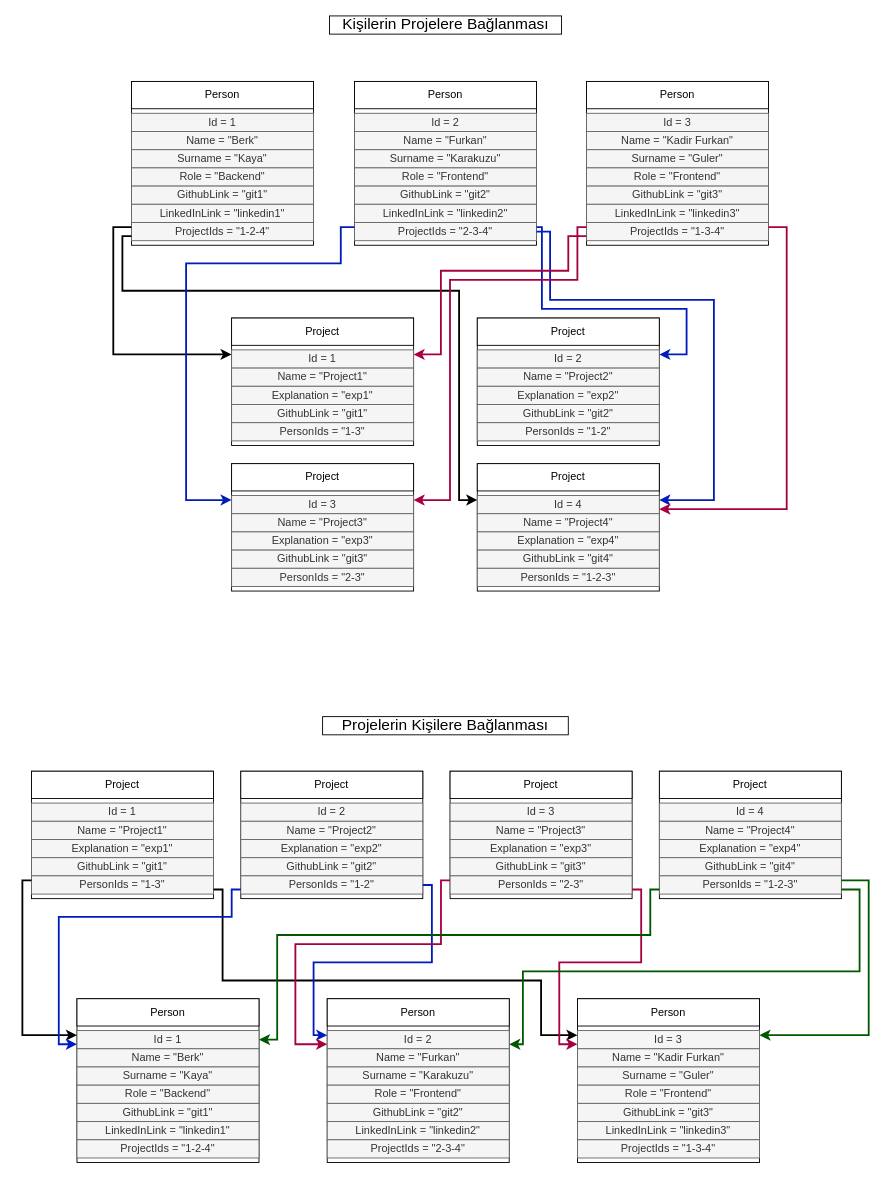
Above: Proje Database İlişkileri.drawio in zulaltasci/Crewotive-WebAPI (draw.io), before the change. Source tidied: cells renumbered, new cells numbered last; positions are measured from the earlier drawing's top-left corner, leaving out a move shared by most shapes. Both pictures are drawn from the tidied source at 91%, with x=0, y=0 at pixel (22, 15).
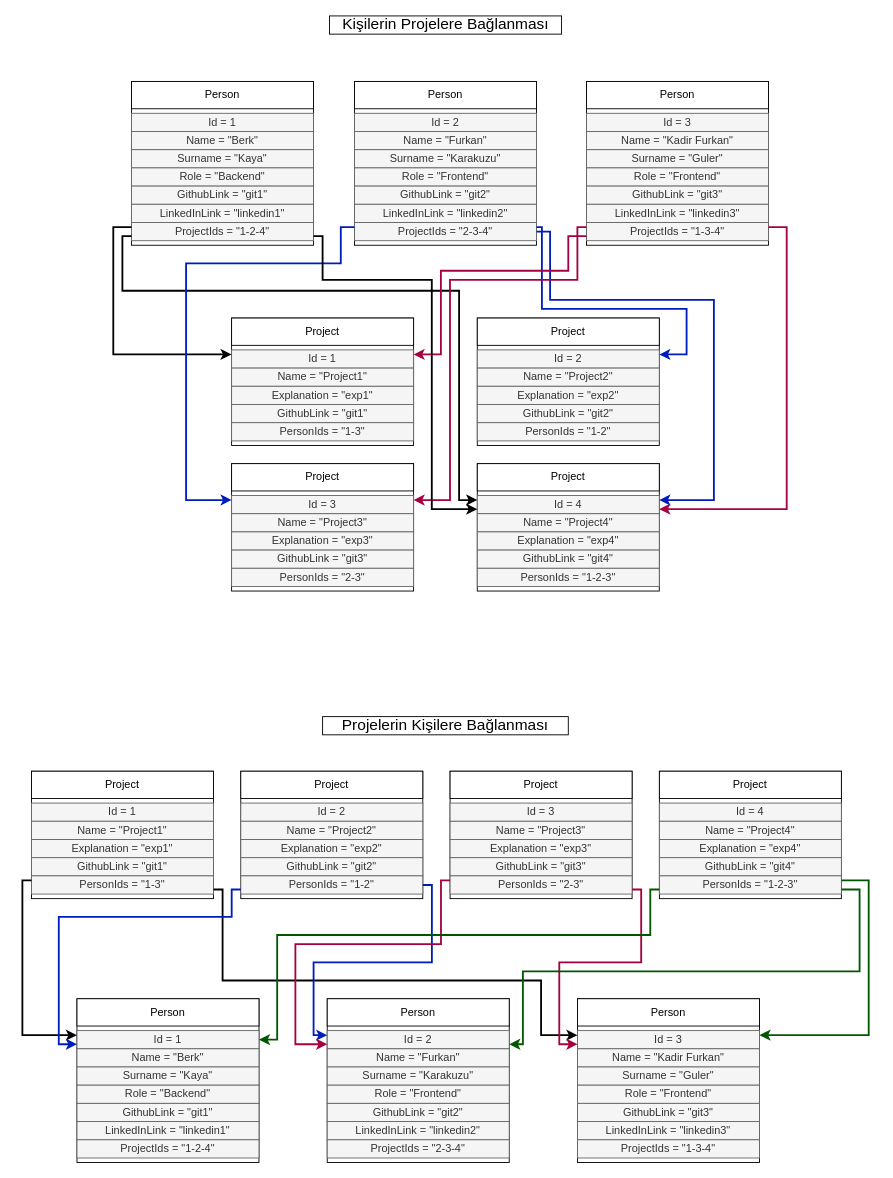
The same page after the edit.

The change refers to these unchanged cells:
```xml
<mxCell id="11" value="ProjectIds = &quot;1-2-4&quot;" style="rounded=0;whiteSpace=wrap;html=1;fillColor=#f5f5f5;strokeColor=#666666;fontColor=#333333;" parent="2" vertex="1">
  <mxGeometry y="155" width="200" height="20" as="geometry" />
</mxCell>
<mxCell id="59" value="Id = 4" style="rounded=0;whiteSpace=wrap;html=1;fillColor=#f5f5f5;strokeColor=#666666;fontColor=#333333;" parent="56" vertex="1">
  <mxGeometry y="35" width="200" height="20" as="geometry" />
</mxCell>
```

Diff of the diagram source:
```diff
@@
+    <mxCell id="145" style="edgeStyle=orthogonalEdgeStyle;rounded=0;jettySize=auto;html=1;exitX=1;exitY=0.75;exitDx=0;exitDy=0;entryX=0;entryY=0.75;entryDx=0;entryDy=0;strokeWidth=2;" parent="1" edge="1" source="11" target="59">
+      <mxGeometry relative="1" as="geometry">
+        <Array as="points">
+          <mxPoint x="330" y="242" />
+          <mxPoint x="330" y="290" />
+          <mxPoint x="450" y="290" />
+          <mxPoint x="450" y="542" />
+        </Array>
+      </mxGeometry>
+    </mxCell>
```
